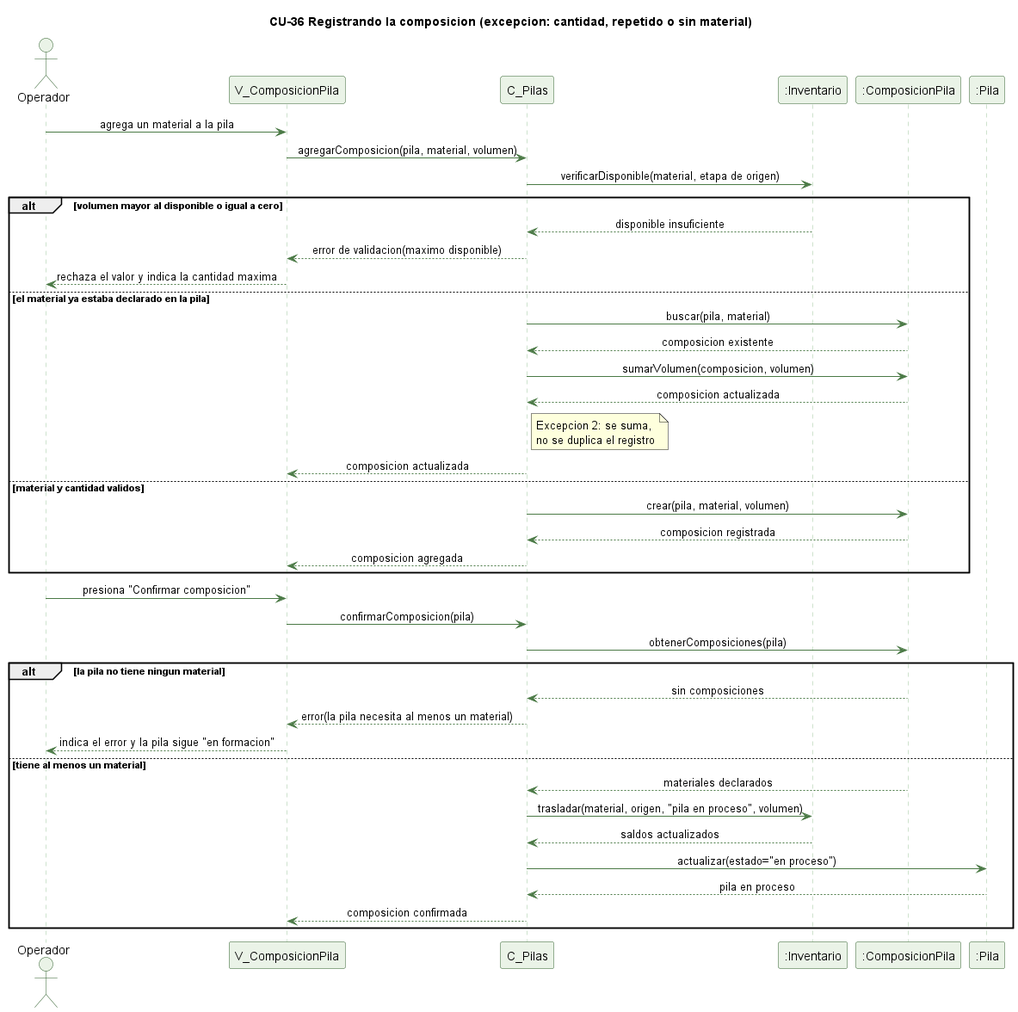
Before: docs/trabajo-grupal/diagramas/secuencias/cu36-composicion-pila-excepcion.png, a diagram exported from PlantUML (kenjikaese/Triverde). The source it was exported from:
```plantuml
@startuml cu36-composicion-pila-excepcion
skinparam backgroundColor #FFFFFF
skinparam shadowing false
skinparam defaultFontName Helvetica
skinparam sequenceMessageAlign center
skinparam ParticipantBackgroundColor #EAF3E7
skinparam ParticipantBorderColor #2E5E2A
skinparam ActorBackgroundColor #EAF3E7
skinparam ActorBorderColor #2E5E2A
skinparam sequenceLifeLineBorderColor #9CC49A
skinparam ArrowColor #4B7A46

title CU-36 Registrando la composicion (excepcion: cantidad, repetido o sin material)

actor Operador
participant "V_ComposicionPila" as V
participant "C_Pilas" as C
participant ":Inventario" as I
participant ":ComposicionPila" as CP
participant ":Pila" as P

Operador -> V : agrega un material a la pila
V -> C : agregarComposicion(pila, material, volumen)
C -> I : verificarDisponible(material, etapa de origen)
alt volumen mayor al disponible o igual a cero
  I --> C : disponible insuficiente
  C --> V : error de validacion(maximo disponible)
  V --> Operador : rechaza el valor y indica la cantidad maxima
else el material ya estaba declarado en la pila
  C -> CP : buscar(pila, material)
  CP --> C : composicion existente
  C -> CP : sumarVolumen(composicion, volumen)
  CP --> C : composicion actualizada
  note right of C : Excepcion 2: se suma,\nno se duplica el registro
  C --> V : composicion actualizada
else material y cantidad validos
  C -> CP : crear(pila, material, volumen)
  CP --> C : composicion registrada
  C --> V : composicion agregada
end
Operador -> V : presiona "Confirmar composicion"
V -> C : confirmarComposicion(pila)
C -> CP : obtenerComposiciones(pila)
alt la pila no tiene ningun material
  CP --> C : sin composiciones
  C --> V : error(la pila necesita al menos un material)
  V --> Operador : indica el error y la pila sigue "en formacion"
else tiene al menos un material
  CP --> C : materiales declarados
  C -> I : trasladar(material, origen, "pila en proceso", volumen)
  I --> C : saldos actualizados
  C -> P : actualizar(estado="en proceso")
  P --> C : pila en proceso
  C --> V : composicion confirmada
end

@enduml
```
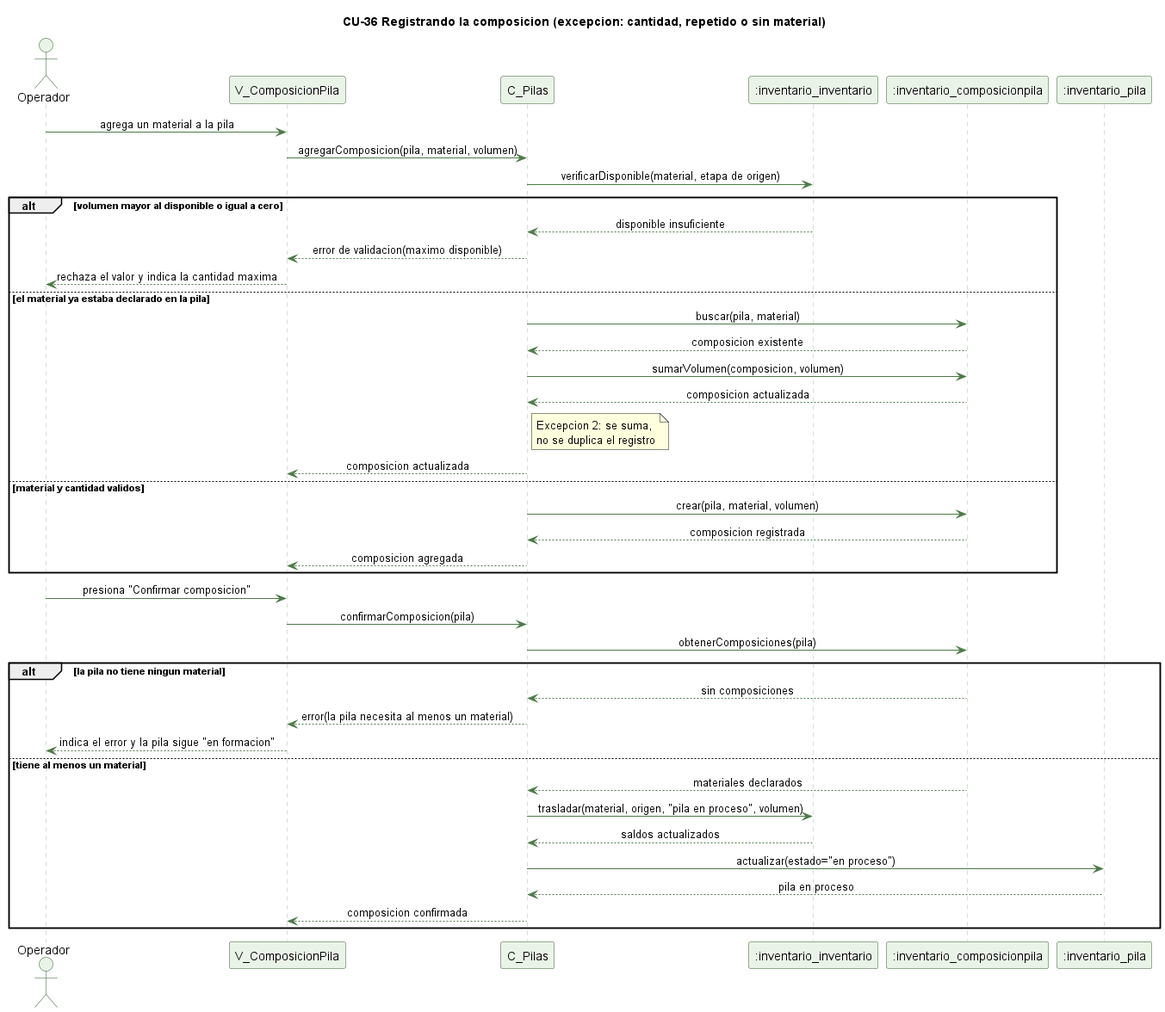
The same diagram one commit later.

What changed in the source:
```diff
@@ -15,9 +15,9 @@
 actor Operador
 participant "V_ComposicionPila" as V
 participant "C_Pilas" as C
-participant ":Inventario" as I
-participant ":ComposicionPila" as CP
-participant ":Pila" as P
+participant ":inventario_inventario" as I
+participant ":inventario_composicionpila" as CP
+participant ":inventario_pila" as P
 
 Operador -> V : agrega un material a la pila
 V -> C : agregarComposicion(pila, material, volumen)
```
